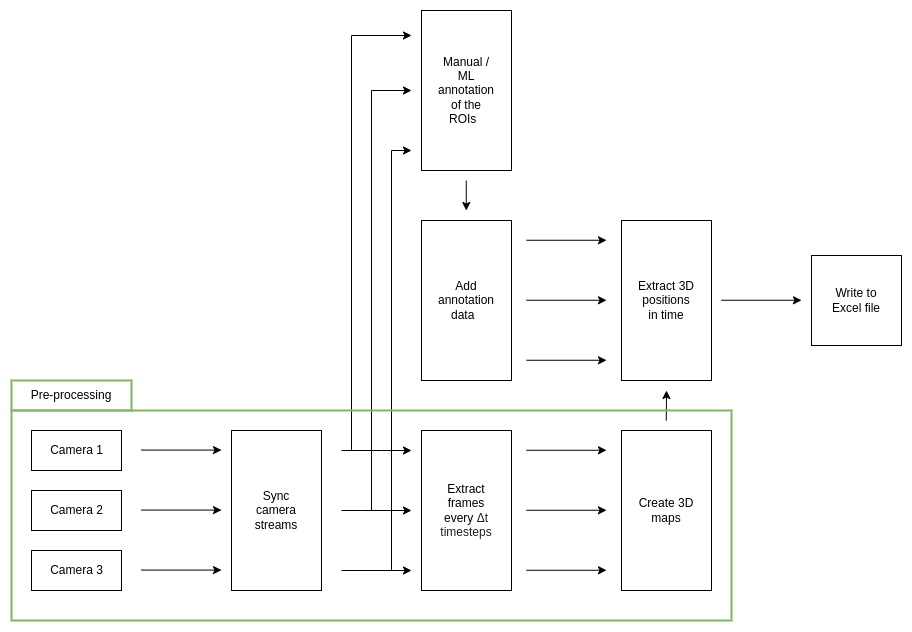
lkoopmans/3D_reconstruction_mobile_array keeps this draw.io diagram as images/Flow_chart_mobile_array.drawio.png. Above is the earlier version. Source tidied: cells renumbered, new cells last; positions are measured from the earlier drawing's top-left corner, leaving out a move shared by most shapes.
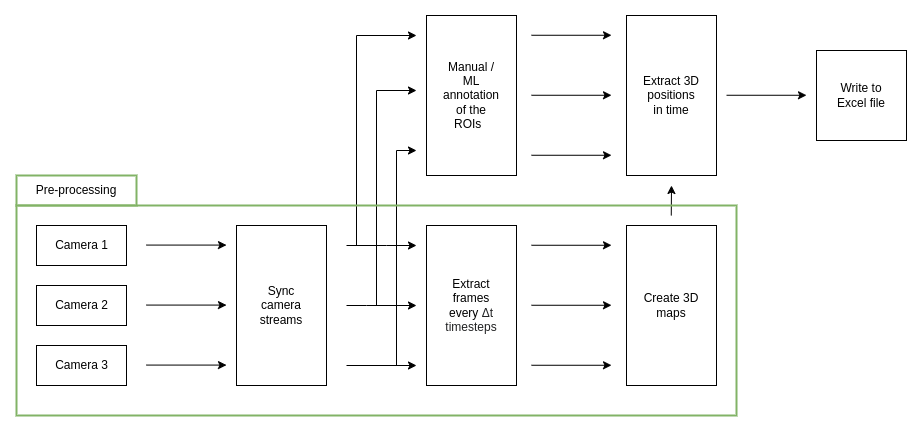
Later version of the same file.

Commit message:
Update flow diagram

The edit, as a diff of the source:
```diff
@@ -2,9 +2,6 @@
   <root>
     <mxCell id="0" />
     <mxCell id="1" parent="0" />
-    <mxCell id="2" style="rounded=0;whiteSpace=wrap;html=1;" parent="1" vertex="1">
-      <mxGeometry x="410" width="90" height="160" as="geometry" />
-    </mxCell>
     <mxCell id="3" style="rounded=0;whiteSpace=wrap;html=1;" parent="1" vertex="1">
       <mxGeometry x="20" y="420" width="90" height="40" as="geometry" />
     </mxCell>
@@ -44,31 +41,31 @@
     <mxCell id="12" style="rounded=0;whiteSpace=wrap;html=1;" parent="1" vertex="1">
       <mxGeometry x="220" y="420" width="90" height="160" as="geometry" />
     </mxCell>
-    <mxCell id="13" style="endArrow=classic;html=1;rounded=0;exitX=0.5;exitY=0.476;exitDx=0;exitDy=0;exitPerimeter=0;" parent="1" edge="1">
+    <mxCell id="13" style="endArrow=classic;html=1;rounded=0;" parent="1" edge="1">
       <mxGeometry relative="1" as="geometry">
         <mxPoint x="360" y="500" as="sourcePoint" />
-        <mxPoint x="400" y="80" as="targetPoint" />
+        <mxPoint x="400" y="285" as="targetPoint" />
         <Array as="points">
-          <mxPoint x="360" y="80" />
-          <mxPoint x="400" y="80" />
+          <mxPoint x="360" y="285" />
+          <mxPoint x="400" y="285" />
         </Array>
       </mxGeometry>
     </mxCell>
     <mxCell id="14" style="endArrow=classic;html=1;rounded=0;" parent="1" edge="1">
       <mxGeometry relative="1" as="geometry">
         <mxPoint x="340" y="440" as="sourcePoint" />
-        <mxPoint x="400" y="25" as="targetPoint" />
+        <mxPoint x="400" y="230" as="targetPoint" />
         <Array as="points">
-          <mxPoint x="340" y="25" />
+          <mxPoint x="340" y="230" />
         </Array>
       </mxGeometry>
     </mxCell>
     <mxCell id="15" style="endArrow=classic;html=1;rounded=0;" parent="1" edge="1">
       <mxGeometry relative="1" as="geometry">
         <mxPoint x="380" y="560" as="sourcePoint" />
-        <mxPoint x="400" y="140" as="targetPoint" />
+        <mxPoint x="400" y="345" as="targetPoint" />
         <Array as="points">
-          <mxPoint x="380" y="140" />
+          <mxPoint x="380" y="345" />
         </Array>
       </mxGeometry>
     </mxCell>
@@ -144,18 +141,6 @@
     <mxCell id="27" style="rounded=0;whiteSpace=wrap;html=1;" parent="1" vertex="1">
       <mxGeometry x="410" y="420" width="90" height="160" as="geometry" />
     </mxCell>
-    <mxCell id="28" value="Add annotation&lt;br&gt;data&amp;nbsp;&amp;nbsp;" style="text;html=1;strokeColor=none;fillColor=none;align=center;verticalAlign=middle;whiteSpace=wrap;rounded=0;" parent="1" vertex="1">
-      <mxGeometry x="425" y="220" width="60" height="140" as="geometry" />
-    </mxCell>
-    <mxCell id="29" value="Manual / ML&lt;br&gt;annotation of the ROIs&amp;nbsp;&amp;nbsp;" style="text;html=1;strokeColor=none;fillColor=none;align=center;verticalAlign=middle;whiteSpace=wrap;rounded=0;" parent="1" vertex="1">
-      <mxGeometry x="425" y="50" width="60" height="60" as="geometry" />
-    </mxCell>
-    <mxCell id="30" style="endArrow=classic;html=1;rounded=0;" parent="1" edge="1">
-      <mxGeometry relative="1" as="geometry">
-        <mxPoint x="454.8" y="170" as="sourcePoint" />
-        <mxPoint x="454.8" y="200" as="targetPoint" />
-      </mxGeometry>
-    </mxCell>
     <mxCell id="31" value="&lt;font style=&quot;font-size: 12px;&quot;&gt;Extract frames every&amp;nbsp;&lt;span style=&quot;color: rgb(32, 33, 34); font-family: sans-serif; text-align: start; background-color: rgb(255, 255, 255);&quot;&gt;Δt timesteps&lt;/span&gt;&lt;/font&gt;" style="text;html=1;strokeColor=none;fillColor=none;align=center;verticalAlign=middle;whiteSpace=wrap;rounded=0;" parent="1" vertex="1">
       <mxGeometry x="425" y="430" width="60" height="140" as="geometry" />
     </mxCell>
@@ -195,5 +180,8 @@
     <mxCell id="41" style="rounded=0;whiteSpace=wrap;html=1;fontSize=12;fillColor=none;strokeColor=#82b366;strokeWidth=2;" parent="1" vertex="1">
       <mxGeometry y="400" width="720" height="210" as="geometry" />
     </mxCell>
+    <mxCell id="29" value="Manual / ML&lt;br&gt;annotation of the ROIs&amp;nbsp;&amp;nbsp;" style="text;html=1;strokeColor=none;fillColor=none;align=center;verticalAlign=middle;whiteSpace=wrap;rounded=0;" parent="1" vertex="1">
+      <mxGeometry x="425" y="260" width="60" height="60" as="geometry" />
+    </mxCell>
   </root>
 </mxGraphModel>
```
